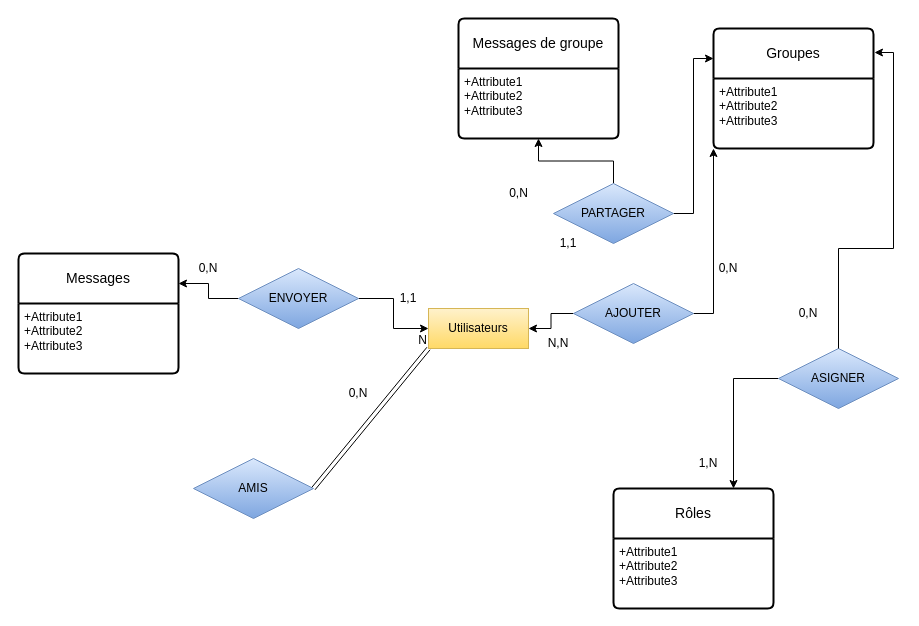
The draw.io diagram Copie de Diagramme sans nom.drawio in vsilvanska/examen-info-2023, before the edit. Source tidied: cells renumbered, new cells numbered last; positions are measured from the earlier drawing's top-left corner, leaving out a move shared by most shapes. Both pictures are drawn from the tidied source at 100%, with x=0, y=0 at pixel (18, 18).
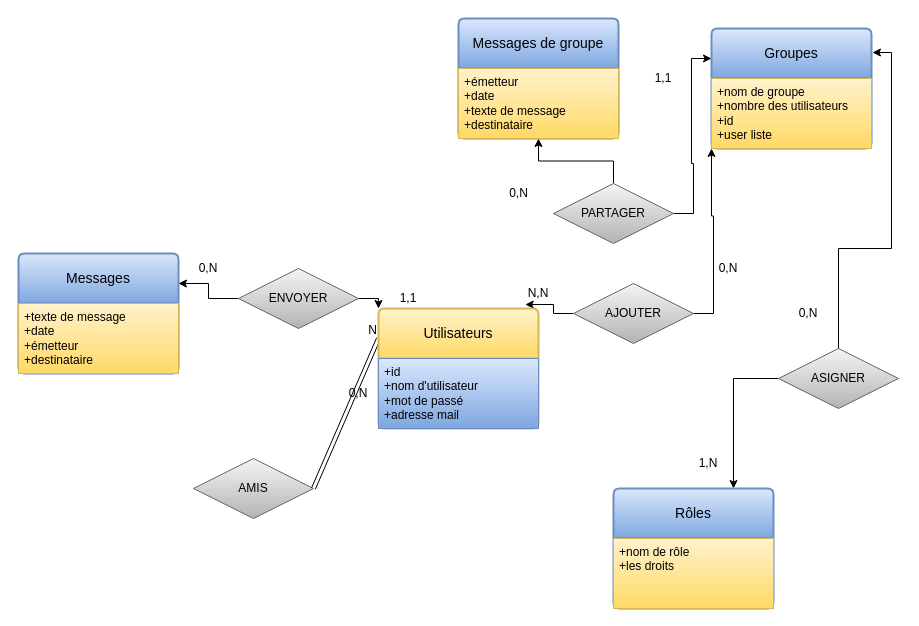
The same page after the edit.

Commit message:
Mettre à jour Copie de Diagramme sans nom.drawio

Diff of the diagram source:
```diff
@@
-    <mxCell id="2" value="Utilisateurs" style="whiteSpace=wrap;html=1;align=center;fillColor=#fff2cc;strokeColor=#d6b656;gradientColor=#ffd966;" parent="1" vertex="1">
-      <mxGeometry x="410" y="290" width="100" height="40" as="geometry" />
-    </mxCell>
-    <mxCell id="3" value="AMIS" style="shape=rhombus;perimeter=rhombusPerimeter;whiteSpace=wrap;html=1;align=center;fillColor=#dae8fc;strokeColor=#6c8ebf;gradientColor=#7ea6e0;" parent="1" vertex="1">
+    <mxCell id="3" value="AMIS" style="shape=rhombus;perimeter=rhombusPerimeter;whiteSpace=wrap;html=1;align=center;fillColor=#f5f5f5;strokeColor=#666666;gradientColor=#b3b3b3;" parent="1" vertex="1">
       <mxGeometry x="175" y="440" width="120" height="60" as="geometry" />
     </mxCell>
@@
-    <mxCell id="5" value="ASIGNER" style="shape=rhombus;perimeter=rhombusPerimeter;whiteSpace=wrap;html=1;align=center;fillColor=#dae8fc;strokeColor=#6c8ebf;gradientColor=#7ea6e0;" parent="1" vertex="1">
+    <mxCell id="5" value="ASIGNER" style="shape=rhombus;perimeter=rhombusPerimeter;whiteSpace=wrap;html=1;align=center;fillColor=#f5f5f5;strokeColor=#666666;gradientColor=#b3b3b3;" parent="1" vertex="1">
       <mxGeometry x="760" y="330" width="120" height="60" as="geometry" />
     </mxCell>
-    <mxCell id="6" style="edgeStyle=orthogonalEdgeStyle;rounded=0;jettySize=auto;html=1;exitX=0;exitY=0.5;exitDx=0;exitDy=0;entryX=1;entryY=0.5;entryDx=0;entryDy=0;" parent="1" edge="1" source="8" target="2">
+    <mxCell id="6" style="edgeStyle=orthogonalEdgeStyle;rounded=0;jettySize=auto;html=1;exitX=0;exitY=0.5;exitDx=0;exitDy=0;entryX=0.917;entryY=-0.033;entryDx=0;entryDy=0;entryPerimeter=0;" parent="1" edge="1" source="8" target="2">
       <mxGeometry relative="1" as="geometry" />
     </mxCell>
@@
-    <mxCell id="8" value="AJOUTER" style="shape=rhombus;perimeter=rhombusPerimeter;whiteSpace=wrap;html=1;align=center;fillColor=#dae8fc;strokeColor=#6c8ebf;gradientColor=#7ea6e0;" parent="1" vertex="1">
+    <mxCell id="8" value="AJOUTER" style="shape=rhombus;perimeter=rhombusPerimeter;whiteSpace=wrap;html=1;align=center;fillColor=#f5f5f5;strokeColor=#666666;gradientColor=#b3b3b3;" parent="1" vertex="1">
       <mxGeometry x="555" y="265" width="120" height="60" as="geometry" />
     </mxCell>
@@
-    <mxCell id="11" value="PARTAGER" style="shape=rhombus;perimeter=rhombusPerimeter;whiteSpace=wrap;html=1;align=center;fillColor=#dae8fc;strokeColor=#6c8ebf;gradientColor=#7ea6e0;" parent="1" vertex="1">
+    <mxCell id="11" value="PARTAGER" style="shape=rhombus;perimeter=rhombusPerimeter;whiteSpace=wrap;html=1;align=center;fillColor=#f5f5f5;strokeColor=#666666;gradientColor=#b3b3b3;" parent="1" vertex="1">
       <mxGeometry x="535" y="165" width="120" height="60" as="geometry" />
     </mxCell>
-    <mxCell id="12" style="edgeStyle=orthogonalEdgeStyle;rounded=0;jettySize=auto;html=1;exitX=1;exitY=0.5;exitDx=0;exitDy=0;entryX=0;entryY=0.5;entryDx=0;entryDy=0;" parent="1" edge="1" source="14" target="2">
+    <mxCell id="12" style="edgeStyle=orthogonalEdgeStyle;rounded=0;jettySize=auto;html=1;exitX=1;exitY=0.5;exitDx=0;exitDy=0;entryX=0;entryY=0;entryDx=0;entryDy=0;" parent="1" edge="1" source="14" target="2">
       <mxGeometry relative="1" as="geometry" />
     </mxCell>
@@
-    <mxCell id="14" value="ENVOYER" style="shape=rhombus;perimeter=rhombusPerimeter;whiteSpace=wrap;html=1;align=center;fillColor=#dae8fc;strokeColor=#6c8ebf;gradientColor=#7ea6e0;" parent="1" vertex="1">
+    <mxCell id="14" value="ENVOYER" style="shape=rhombus;perimeter=rhombusPerimeter;whiteSpace=wrap;html=1;align=center;fillColor=#f5f5f5;strokeColor=#666666;gradientColor=#b3b3b3;" parent="1" vertex="1">
       <mxGeometry x="220" y="250" width="120" height="60" as="geometry" />
     </mxCell>
@@
     <mxCell id="19" value="N,N" style="text;html=1;strokeColor=none;fillColor=none;align=center;verticalAlign=middle;whiteSpace=wrap;rounded=0;" parent="1" vertex="1">
-      <mxGeometry x="510" y="310" width="60" height="30" as="geometry" />
+      <mxGeometry x="490" y="260" width="60" height="30" as="geometry" />
     </mxCell>
@@
     <mxCell id="21" value="1,1" style="text;html=1;strokeColor=none;fillColor=none;align=center;verticalAlign=middle;whiteSpace=wrap;rounded=0;" parent="1" vertex="1">
-      <mxGeometry x="520" y="210" width="60" height="30" as="geometry" />
+      <mxGeometry x="615" y="45" width="60" height="30" as="geometry" />
     </mxCell>
@@
-    <mxCell id="24" style="shape=link;html=1;rounded=0;exitX=1;exitY=0.5;exitDx=0;exitDy=0;entryX=0;entryY=1;entryDx=0;entryDy=0;" parent="1" edge="1" source="3" target="2">
+    <mxCell id="24" style="shape=link;html=1;rounded=0;exitX=1;exitY=0.5;exitDx=0;exitDy=0;entryX=0;entryY=0.25;entryDx=0;entryDy=0;" parent="1" edge="1" source="3" target="2">
       <mxGeometry relative="1" as="geometry" />
     </mxCell>
@@
-    <mxCell id="26" value="Rôles" style="swimlane;horizontal=1;startSize=50;rounded=1;fontSize=14;fontStyle=0;strokeWidth=2;shadow=0;dashed=0;align=center;arcSize=4;whiteSpace=wrap;html=1;" parent="1" vertex="1">
+    <mxCell id="26" value="Rôles" style="swimlane;horizontal=1;startSize=50;rounded=1;fontSize=14;fontStyle=0;strokeWidth=2;shadow=0;dashed=0;align=center;arcSize=4;whiteSpace=wrap;html=1;fillColor=#dae8fc;gradientColor=#7ea6e0;strokeColor=#6c8ebf;" parent="1" vertex="1">
       <mxGeometry x="595" y="470" width="160" height="120" as="geometry" />
     </mxCell>
-    <mxCell id="27" value="+Attribute1&#10;+Attribute2&#10;+Attribute3" style="align=left;strokeColor=none;fillColor=none;spacingLeft=4;fontSize=12;verticalAlign=top;html=1;" parent="26" vertex="1">
+    <mxCell id="27" value="+nom de rôle&lt;br&gt;+les droits" style="align=left;strokeColor=#d6b656;fillColor=#fff2cc;spacingLeft=4;fontSize=12;verticalAlign=top;html=1;gradientColor=#ffd966;" parent="26" vertex="1">
       <mxGeometry y="50" width="160" height="70" as="geometry" />
     </mxCell>
-    <mxCell id="28" value="Groupes" style="swimlane;horizontal=1;startSize=50;rounded=1;fontSize=14;fontStyle=0;strokeWidth=2;shadow=0;dashed=0;align=center;arcSize=4;whiteSpace=wrap;html=1;" parent="1" vertex="1">
-      <mxGeometry x="695" y="10" width="160" height="120" as="geometry" />
+    <mxCell id="28" value="Groupes" style="swimlane;horizontal=1;startSize=50;rounded=1;fontSize=14;fontStyle=0;strokeWidth=2;shadow=0;dashed=0;align=center;arcSize=4;whiteSpace=wrap;html=1;fillColor=#dae8fc;gradientColor=#7ea6e0;strokeColor=#6c8ebf;" parent="1" vertex="1">
+      <mxGeometry x="693" y="10" width="160" height="120" as="geometry" />
     </mxCell>
-    <mxCell id="29" value="+Attribute1&#10;+Attribute2&#10;+Attribute3" style="align=left;strokeColor=none;fillColor=none;spacingLeft=4;fontSize=12;verticalAlign=top;html=1;" parent="28" vertex="1">
+    <mxCell id="29" value="+nom de groupe&lt;br&gt;+nombre des utilisateurs&lt;br&gt;+id&lt;br&gt;+user liste" style="align=left;strokeColor=#d6b656;fillColor=#fff2cc;spacingLeft=4;fontSize=12;verticalAlign=top;html=1;gradientColor=#ffd966;" parent="28" vertex="1">
       <mxGeometry y="50" width="160" height="70" as="geometry" />
     </mxCell>
-    <mxCell id="30" value="Messages" style="swimlane;horizontal=1;startSize=50;rounded=1;fontSize=14;fontStyle=0;strokeWidth=2;shadow=0;dashed=0;align=center;arcSize=4;whiteSpace=wrap;html=1;" parent="1" vertex="1">
+    <mxCell id="30" value="Messages" style="swimlane;horizontal=1;startSize=50;rounded=1;fontSize=14;fontStyle=0;strokeWidth=2;shadow=0;dashed=0;align=center;arcSize=4;whiteSpace=wrap;html=1;fillColor=#dae8fc;gradientColor=#7ea6e0;strokeColor=#6c8ebf;" parent="1" vertex="1">
       <mxGeometry y="235" width="160" height="120" as="geometry" />
     </mxCell>
-    <mxCell id="31" value="+Attribute1&#10;+Attribute2&#10;+Attribute3" style="align=left;strokeColor=none;fillColor=none;spacingLeft=4;fontSize=12;verticalAlign=top;html=1;" parent="30" vertex="1">
+    <mxCell id="31" value="+texte de message&lt;br&gt;+date&lt;br&gt;+émetteur&lt;br&gt;+destinataire" style="align=left;strokeColor=#d6b656;fillColor=#fff2cc;spacingLeft=4;fontSize=12;verticalAlign=top;html=1;gradientColor=#ffd966;" parent="30" vertex="1">
       <mxGeometry y="50" width="160" height="70" as="geometry" />
     </mxCell>
-    <mxCell id="32" value="Messages de groupe" style="swimlane;horizontal=1;startSize=50;rounded=1;fontSize=14;fontStyle=0;strokeWidth=2;shadow=0;dashed=0;align=center;arcSize=4;whiteSpace=wrap;html=1;" parent="1" vertex="1">
+    <mxCell id="32" value="Messages de groupe" style="swimlane;horizontal=1;startSize=50;rounded=1;fontSize=14;fontStyle=0;strokeWidth=2;shadow=0;dashed=0;align=center;arcSize=4;whiteSpace=wrap;html=1;fillColor=#dae8fc;gradientColor=#7ea6e0;strokeColor=#6c8ebf;" parent="1" vertex="1">
       <mxGeometry x="440" width="160" height="120" as="geometry" />
     </mxCell>
-    <mxCell id="33" value="+Attribute1&#10;+Attribute2&#10;+Attribute3" style="align=left;strokeColor=none;fillColor=none;spacingLeft=4;fontSize=12;verticalAlign=top;html=1;" parent="32" vertex="1">
+    <mxCell id="33" value="+émetteur&lt;br&gt;+date&lt;br&gt;+texte de message&lt;br&gt;+destinataire" style="align=left;strokeColor=#d6b656;fillColor=#fff2cc;spacingLeft=4;fontSize=12;verticalAlign=top;html=1;gradientColor=#ffd966;" parent="32" vertex="1">
       <mxGeometry y="50" width="160" height="70" as="geometry" />
     </mxCell>
@@
+    <mxCell id="2" value="Utilisateurs" style="swimlane;horizontal=1;startSize=50;rounded=1;fontSize=14;fontStyle=0;strokeWidth=2;shadow=0;dashed=0;align=center;arcSize=4;whiteSpace=wrap;html=1;fillColor=#fff2cc;gradientColor=#ffd966;strokeColor=#d6b656;" parent="1" vertex="1">
+      <mxGeometry x="360" y="290" width="160" height="120" as="geometry" />
+    </mxCell>
+    <mxCell id="35" value="+id&lt;br&gt;+nom d'utilisateur&lt;br&gt;+mot de passé&lt;br&gt;+adresse mail" style="align=left;strokeColor=#6c8ebf;fillColor=#dae8fc;spacingLeft=4;fontSize=12;verticalAlign=top;html=1;gradientColor=#7ea6e0;" parent="2" vertex="1">
+      <mxGeometry y="50" width="160" height="70" as="geometry" />
+    </mxCell>
```
